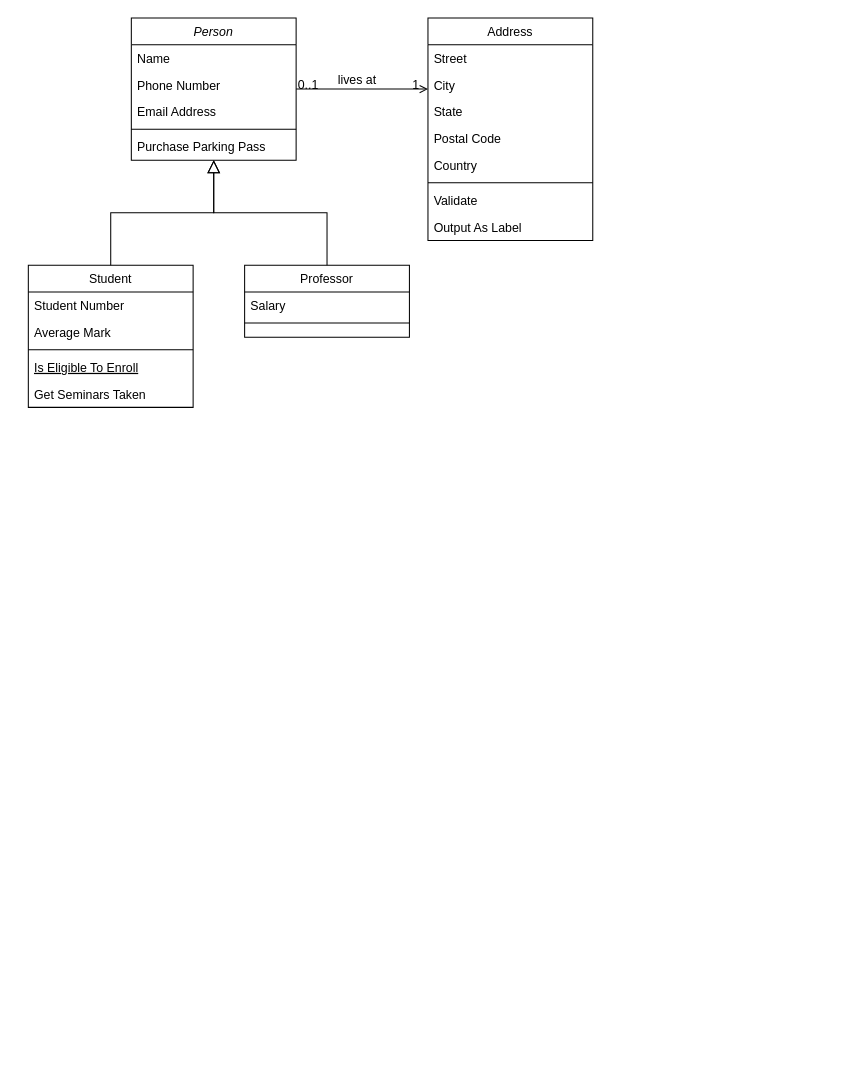
This is Comment/评论粗排.drawio from Mrssqin/draw, a draw.io file, before an edit. Source tidied: cells renumbered, new cells numbered last; positions are measured from the earlier drawing's top-left corner, leaving out a move shared by most shapes. Both pictures are drawn from the tidied source at 103%, with x=0, y=0 at pixel (28, 18).
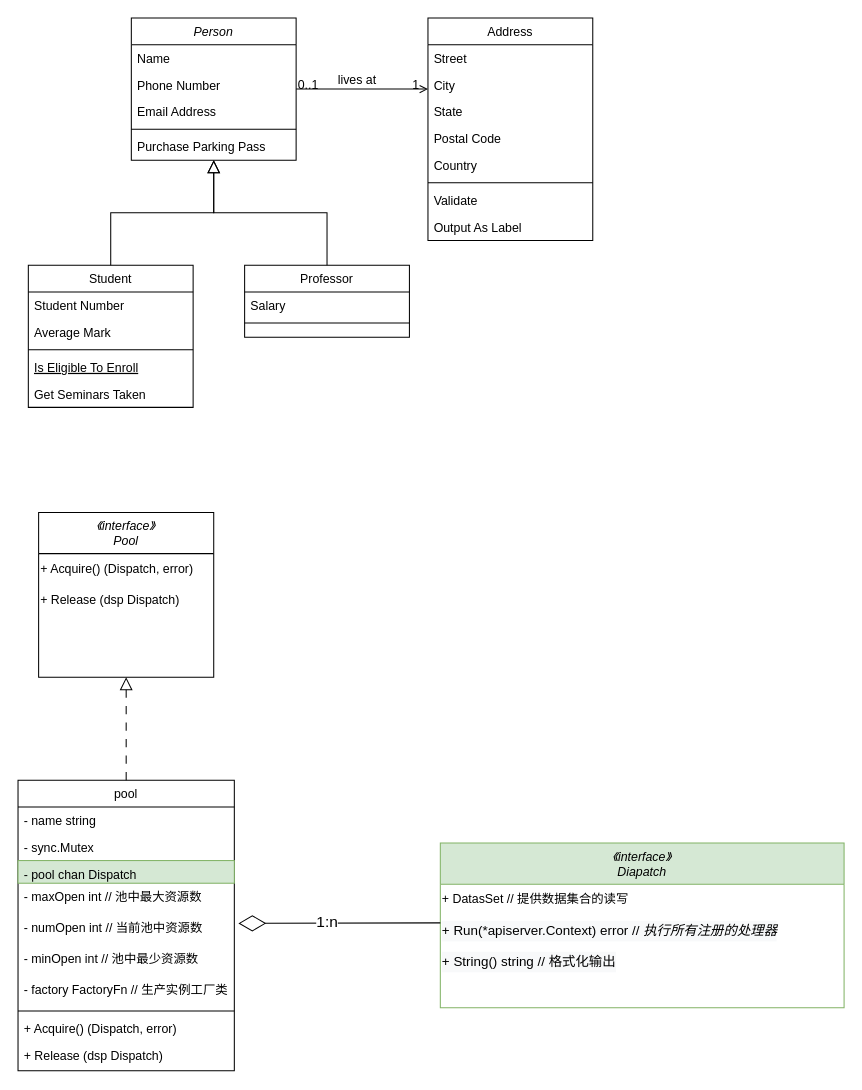
The same diagram, later.

Commit message:
更新评论粗排.drawio

What changed in the source:
```diff
@@
+    <mxCell id="32" value="《interface》&#10;Pool" style="swimlane;fontStyle=2;align=center;verticalAlign=top;horizontal=1;startSize=40;rounded=0;shadow=0;strokeWidth=1;" parent="1" vertex="1">
+      <mxGeometry x="10" y="480" width="170" height="160" as="geometry" />
+    </mxCell>
+    <mxCell id="33" value="+ Acquire() (Dispatch, error)" style="text;html=1;align=left;verticalAlign=middle;whiteSpace=wrap;rounded=0;" parent="32" vertex="1">
+      <mxGeometry y="40" width="170" height="30" as="geometry" />
+    </mxCell>
+    <mxCell id="34" value="+ Release (dsp Dispatch)" style="text;html=1;align=left;verticalAlign=middle;whiteSpace=wrap;rounded=0;" parent="32" vertex="1">
+      <mxGeometry y="70" width="170" height="30" as="geometry" />
+    </mxCell>
+    <mxCell id="35" value="pool" style="swimlane;fontStyle=0;align=center;verticalAlign=top;horizontal=1;startSize=26;rounded=0;shadow=0;strokeWidth=1;" parent="1" vertex="1">
+      <mxGeometry x="-10" y="740" width="210" height="282" as="geometry" />
+    </mxCell>
+    <mxCell id="36" value="- name string" style="text;align=left;verticalAlign=top;spacingLeft=4;spacingRight=4;overflow=hidden;" parent="35" vertex="1">
+      <mxGeometry y="26" width="210" height="26" as="geometry" />
+    </mxCell>
+    <mxCell id="37" value="- sync.Mutex" style="text;align=left;verticalAlign=top;spacingLeft=4;spacingRight=4;overflow=hidden;rounded=0;shadow=0;html=0;" parent="35" vertex="1">
+      <mxGeometry y="52" width="210" height="26" as="geometry" />
+    </mxCell>
+    <mxCell id="38" value="- pool chan Dispatch" style="text;align=left;verticalAlign=top;spacingLeft=4;spacingRight=4;overflow=hidden;rounded=0;shadow=0;html=0;whiteSpace=wrap;fillColor=#d5e8d4;strokeColor=#82b366;" parent="35" vertex="1">
+      <mxGeometry y="78" width="210" height="22" as="geometry" />
+    </mxCell>
+    <mxCell id="39" value="- maxOpen int // 池中最大资源数" style="text;align=left;verticalAlign=top;spacingLeft=4;spacingRight=4;overflow=hidden;rounded=0;shadow=0;html=0;" parent="35" vertex="1">
+      <mxGeometry y="100" width="210" height="30" as="geometry" />
+    </mxCell>
+    <mxCell id="40" value="- numOpen int // 当前池中资源数" style="text;align=left;verticalAlign=top;spacingLeft=4;spacingRight=4;overflow=hidden;points=[[0,0.5],[1,0.5]];portConstraint=eastwest;rounded=0;shadow=0;html=0;" parent="35" vertex="1">
+      <mxGeometry y="130" width="210" height="30" as="geometry" />
+    </mxCell>
+    <mxCell id="41" value="- minOpen int // 池中最少资源数" style="text;align=left;verticalAlign=top;spacingLeft=4;spacingRight=4;overflow=hidden;rounded=0;shadow=0;html=0;" parent="35" vertex="1">
+      <mxGeometry y="160" width="210" height="30" as="geometry" />
+    </mxCell>
+    <mxCell id="42" value="- factory FactoryFn // 生产实例工厂类" style="text;align=left;verticalAlign=top;spacingLeft=4;spacingRight=4;overflow=hidden;rounded=0;shadow=0;html=0;" parent="35" vertex="1">
+      <mxGeometry y="190" width="210" height="30" as="geometry" />
+    </mxCell>
+    <mxCell id="43" style="line;html=1;strokeWidth=1;align=left;verticalAlign=middle;spacingTop=-1;spacingLeft=3;spacingRight=3;labelPosition=right;" parent="35" vertex="1">
+      <mxGeometry y="220" width="210" height="8" as="geometry" />
+    </mxCell>
+    <mxCell id="44" value="+ Acquire() (Dispatch, error)" style="text;align=left;verticalAlign=top;spacingLeft=4;spacingRight=4;overflow=hidden;" parent="35" vertex="1">
+      <mxGeometry y="228" width="210" height="26" as="geometry" />
+    </mxCell>
+    <mxCell id="45" value="+ Release (dsp Dispatch)" style="text;align=left;verticalAlign=top;spacingLeft=4;spacingRight=4;overflow=hidden;" parent="35" vertex="1">
+      <mxGeometry y="254" width="210" height="26" as="geometry" />
+    </mxCell>
+    <mxCell id="46" style="endArrow=block;endSize=10;endFill=0;shadow=0;strokeWidth=1;rounded=0;curved=0;edgeStyle=elbowEdgeStyle;elbow=vertical;dashed=1;dashPattern=8 8;" parent="1" edge="1" source="35" target="32">
+      <mxGeometry relative="1" as="geometry" />
+    </mxCell>
+    <mxCell id="47" value="《interface》&#10;Diapatch" style="swimlane;fontStyle=2;align=center;verticalAlign=top;horizontal=1;startSize=40;rounded=0;shadow=0;strokeWidth=1;fillColor=#d5e8d4;strokeColor=#82b366;" parent="1" vertex="1">
+      <mxGeometry x="400" y="801" width="392" height="160" as="geometry" />
+    </mxCell>
+    <mxCell id="48" value="+ DatasSet // 提供数据集合的读写" style="text;html=1;align=left;verticalAlign=middle;whiteSpace=wrap;rounded=0;" parent="47" vertex="1">
+      <mxGeometry y="40" width="392" height="30" as="geometry" />
+    </mxCell>
+    <mxCell id="49" value="&lt;div style=&quot;background-color: rgb(248, 249, 250); font-size: 13px; line-height: 20px; white-space: pre;&quot;&gt;&lt;font face=&quot;Helvetica&quot;&gt;+ Run(*apiserver.Context) error //&lt;/font&gt;&lt;span style=&quot;font-style: italic;&quot;&gt; 执行所有注册的处理器&lt;/span&gt;&lt;/div&gt;" style="text;html=1;align=left;verticalAlign=middle;whiteSpace=wrap;rounded=0;" parent="47" vertex="1">
+      <mxGeometry y="70" width="392" height="30" as="geometry" />
+    </mxCell>
+    <mxCell id="50" value="&lt;div style=&quot;background-color: rgb(248, 249, 250); font-size: 13px; line-height: 20px; white-space: pre;&quot;&gt;&lt;font face=&quot;Helvetica&quot;&gt;+ String() string // 格式化输出&lt;/font&gt;&lt;/div&gt;" style="text;html=1;align=left;verticalAlign=middle;whiteSpace=wrap;rounded=0;" parent="47" vertex="1">
+      <mxGeometry y="100" width="392" height="30" as="geometry" />
+    </mxCell>
+    <mxCell id="51" style="endArrow=diamondThin;endFill=0;endSize=24;html=1;rounded=0;exitX=0;exitY=0.25;exitDx=0;exitDy=0;entryX=1.019;entryY=0.3;entryDx=0;entryDy=0;entryPerimeter=0;" parent="1" edge="1" source="49" target="40">
+      <mxGeometry relative="1" as="geometry" />
+    </mxCell>
+    <mxCell id="52" value="&lt;font style=&quot;font-size: 15px;&quot;&gt;1:n&lt;/font&gt;" style="edgeLabel;html=1;align=center;verticalAlign=middle;" parent="51" vertex="1">
+      <mxGeometry x="0.12" y="-2" relative="1" as="geometry" />
+    </mxCell>
```
